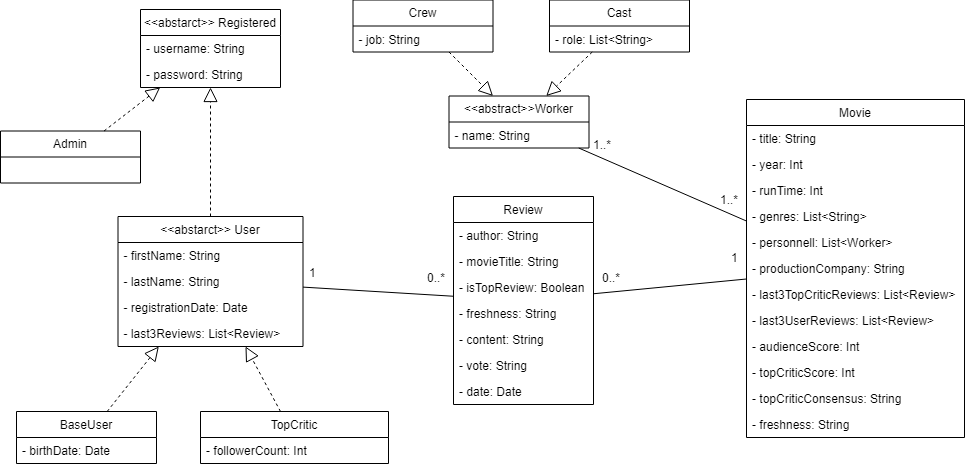
Earlier version of the draw.io export ClassDiagram.png (glmquint/RottenMovies). Source tidied: cells renumbered, new cells last; positions are measured from the earlier drawing's top-left corner, leaving out a move shared by most shapes.
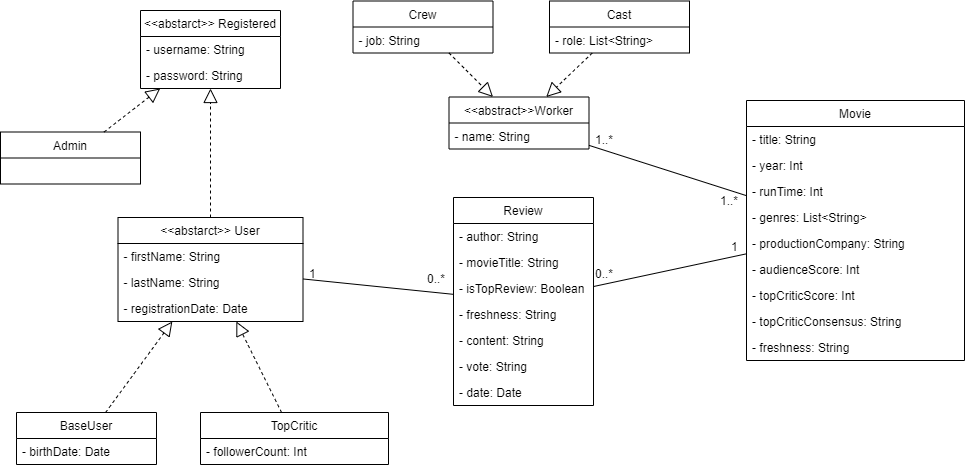
The same file after the commit.

Commit message:
Modified the class diagram and changed the presentation

Diff of the diagram source:
```diff
@@ -28,7 +28,7 @@
       <mxGeometry relative="1" as="geometry" />
     </mxCell>
     <mxCell id="9" value="&lt;&lt;abstarct&gt;&gt; User" style="swimlane;fontStyle=0;horizontal=1;startSize=26;fillColor=none;" parent="1" vertex="1">
-      <mxGeometry x="117.5" y="217" width="185" height="130" as="geometry" />
+      <mxGeometry x="117.5" y="217" width="185" height="104" as="geometry" />
     </mxCell>
     <mxCell id="10" value="- firstName: String" style="text;strokeColor=none;fillColor=none;align=left;verticalAlign=top;spacingLeft=4;spacingRight=4;overflow=hidden;" parent="9" vertex="1">
       <mxGeometry y="26" width="185" height="26" as="geometry" />
@@ -39,9 +39,6 @@
     <mxCell id="12" value="- registrationDate: Date" style="text;strokeColor=none;fillColor=none;align=left;verticalAlign=top;spacingLeft=4;spacingRight=4;overflow=hidden;" parent="9" vertex="1">
       <mxGeometry y="78" width="185" height="26" as="geometry" />
     </mxCell>
-    <mxCell id="13" value="- last3Reviews: List&lt;Review&gt;" style="text;strokeColor=none;fillColor=none;align=left;verticalAlign=top;spacingLeft=4;spacingRight=4;overflow=hidden;" parent="9" vertex="1">
-      <mxGeometry y="104" width="185" height="26" as="geometry" />
-    </mxCell>
     <mxCell id="14" value="BaseUser" style="swimlane;fontStyle=0;horizontal=1;startSize=26;fillColor=none;" parent="1" vertex="1">
       <mxGeometry x="16" y="412" width="140" height="52" as="geometry" />
     </mxCell>
@@ -64,7 +61,7 @@
       <mxGeometry relative="1" as="geometry" />
     </mxCell>
     <mxCell id="21" value="Movie" style="swimlane;fontStyle=0;horizontal=1;startSize=26;fillColor=none;" parent="1" vertex="1">
-      <mxGeometry x="746" y="100" width="218" height="338" as="geometry" />
+      <mxGeometry x="746" y="100" width="218" height="260" as="geometry" />
     </mxCell>
     <mxCell id="22" value="- title: String" style="text;strokeColor=none;fillColor=none;align=left;verticalAlign=top;spacingLeft=4;spacingRight=4;overflow=hidden;" parent="21" vertex="1">
       <mxGeometry y="26" width="218" height="26" as="geometry" />
@@ -78,29 +75,20 @@
     <mxCell id="25" value="- genres: List&lt;String&gt;" style="text;strokeColor=none;fillColor=none;align=left;verticalAlign=top;spacingLeft=4;spacingRight=4;overflow=hidden;" parent="21" vertex="1">
       <mxGeometry y="104" width="218" height="26" as="geometry" />
     </mxCell>
-    <mxCell id="26" value="- personnell: List&lt;Worker&gt;" style="text;strokeColor=none;fillColor=none;align=left;verticalAlign=top;spacingLeft=4;spacingRight=4;overflow=hidden;" parent="21" vertex="1">
-      <mxGeometry y="130" width="218" height="26" as="geometry" />
-    </mxCell>
     <mxCell id="27" value="- productionCompany: String" style="text;strokeColor=none;fillColor=none;align=left;verticalAlign=top;spacingLeft=4;spacingRight=4;overflow=hidden;" parent="21" vertex="1">
-      <mxGeometry y="156" width="218" height="26" as="geometry" />
+      <mxGeometry y="130" width="218" height="26" as="geometry" />
     </mxCell>
-    <mxCell id="28" value="- last3TopCriticReviews: List&lt;Review&gt;" style="text;strokeColor=none;fillColor=none;align=left;verticalAlign=top;spacingLeft=4;spacingRight=4;overflow=hidden;" parent="21" vertex="1">
-      <mxGeometry y="182" width="218" height="26" as="geometry" />
-    </mxCell>
-    <mxCell id="29" value="- last3UserReviews: List&lt;Review&gt;" style="text;strokeColor=none;fillColor=none;align=left;verticalAlign=top;spacingLeft=4;spacingRight=4;overflow=hidden;" parent="21" vertex="1">
-      <mxGeometry y="208" width="218" height="26" as="geometry" />
-    </mxCell>
     <mxCell id="30" value="- audienceScore: Int" style="text;strokeColor=none;fillColor=none;align=left;verticalAlign=top;spacingLeft=4;spacingRight=4;overflow=hidden;" parent="21" vertex="1">
-      <mxGeometry y="234" width="218" height="26" as="geometry" />
+      <mxGeometry y="156" width="218" height="26" as="geometry" />
     </mxCell>
     <mxCell id="31" value="- topCriticScore: Int" style="text;strokeColor=none;fillColor=none;align=left;verticalAlign=top;spacingLeft=4;spacingRight=4;overflow=hidden;" parent="21" vertex="1">
-      <mxGeometry y="260" width="218" height="26" as="geometry" />
+      <mxGeometry y="182" width="218" height="26" as="geometry" />
     </mxCell>
     <mxCell id="32" value="- topCriticConsensus: String" style="text;strokeColor=none;fillColor=none;align=left;verticalAlign=top;spacingLeft=4;spacingRight=4;overflow=hidden;" parent="21" vertex="1">
-      <mxGeometry y="286" width="218" height="26" as="geometry" />
+      <mxGeometry y="208" width="218" height="26" as="geometry" />
     </mxCell>
     <mxCell id="33" value="- freshness: String" style="text;strokeColor=none;fillColor=none;align=left;verticalAlign=top;spacingLeft=4;spacingRight=4;overflow=hidden;" parent="21" vertex="1">
-      <mxGeometry y="312" width="218" height="26" as="geometry" />
+      <mxGeometry y="234" width="218" height="26" as="geometry" />
     </mxCell>
     <mxCell id="34" value="Review" style="swimlane;fontStyle=0;horizontal=1;startSize=26;fillColor=none;" parent="1" vertex="1">
       <mxGeometry x="453" y="197" width="140" height="208" as="geometry" />
@@ -160,13 +148,13 @@
       <mxGeometry x="718" y="191" width="28" height="14" as="geometry" />
     </mxCell>
     <mxCell id="53" value="1..*" style="text;html=1;align=left;verticalAlign=top;spacingTop=-4;" parent="1" vertex="1">
-      <mxGeometry x="591" y="135.5" width="28" height="14" as="geometry" />
+      <mxGeometry x="593" y="130" width="28" height="14" as="geometry" />
     </mxCell>
     <mxCell id="54" value="1" style="text;html=1;align=left;verticalAlign=top;spacingTop=-4;" parent="1" vertex="1">
-      <mxGeometry x="728.5" y="249" width="17" height="14" as="geometry" />
+      <mxGeometry x="729" y="237" width="17" height="14" as="geometry" />
     </mxCell>
     <mxCell id="55" value="0..*" style="text;html=1;align=left;verticalAlign=top;spacingTop=-4;" parent="1" vertex="1">
-      <mxGeometry x="599.5" y="269" width="28" height="14" as="geometry" />
+      <mxGeometry x="593" y="264" width="28" height="14" as="geometry" />
     </mxCell>
     <mxCell id="56" style="endArrow=none;endFill=0;endSize=12;html=1;" parent="1" edge="1" source="34" target="9">
       <mxGeometry relative="1" as="geometry" />
```
